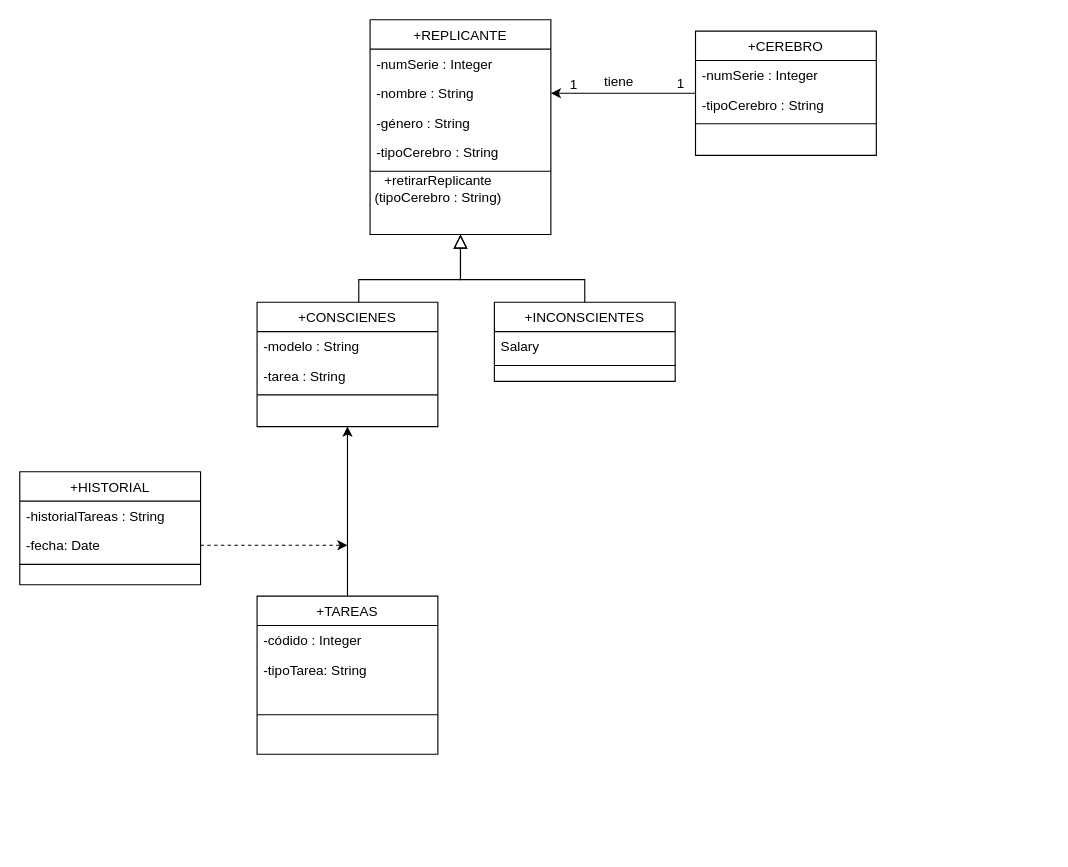
Above: Untitled Diagram.drawio in ytendillo/Y (draw.io), before the change. Source tidied: cells renumbered, new cells numbered last; positions are measured from the earlier drawing's top-left corner, leaving out a move shared by most shapes. Both pictures are drawn from the tidied source at 113%, with x=0, y=0 at pixel (19, 19).
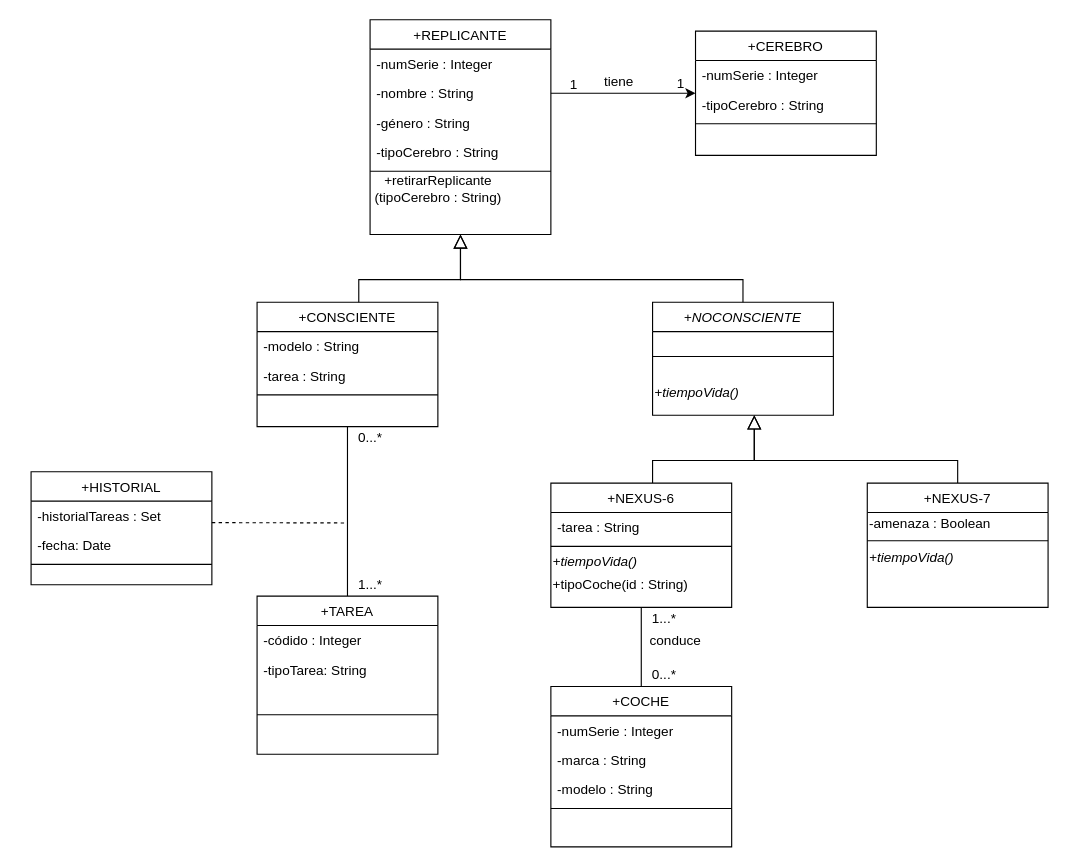
The same diagram, later.

The change refers to these unchanged cells:
```xml
<mxCell id="33" value="-fecha: Date" style="text;align=left;verticalAlign=top;spacingLeft=4;spacingRight=4;overflow=hidden;points=[[0,0.5],[1,0.5]];portConstraint=eastwest;" parent="31" vertex="1">
  <mxGeometry y="52" width="160" height="26" as="geometry" />
</mxCell>
```

The edit, as a diff of the source:
```diff
@@
-    <mxCell id="2" value="+REPLICANTE" style="swimlane;fontStyle=0;align=center;verticalAlign=top;horizontal=1;startSize=26;rounded=0;shadow=0;strokeWidth=1;" parent="1" vertex="1">
+    <mxCell id="2" value="+REPLICANTE" style="swimlane;fontStyle=0;align=center;verticalAlign=top;horizontal=1;startSize=26;shadow=0;strokeWidth=1;" parent="1" vertex="1">
       <mxGeometry x="310" width="160" height="190" as="geometry" />
     </mxCell>
@@
-    <mxCell id="4" value="-nombre : String" style="text;align=left;verticalAlign=top;spacingLeft=4;spacingRight=4;overflow=hidden;points=[[0,0.5],[1,0.5]];portConstraint=eastwest;rounded=0;shadow=0;html=0;" parent="2" vertex="1">
+    <mxCell id="4" value="-nombre : String" style="text;align=left;verticalAlign=top;spacingLeft=4;spacingRight=4;overflow=hidden;points=[[0,0.5],[1,0.5]];portConstraint=eastwest;shadow=0;html=0;" parent="2" vertex="1">
       <mxGeometry y="52" width="160" height="26" as="geometry" />
     </mxCell>
@@
-    <mxCell id="6" value="-tipoCerebro : String" style="text;align=left;verticalAlign=top;spacingLeft=4;spacingRight=4;overflow=hidden;rounded=0;shadow=0;html=0;" parent="2" vertex="1">
+    <mxCell id="6" value="-tipoCerebro : String" style="text;align=left;verticalAlign=top;spacingLeft=4;spacingRight=4;overflow=hidden;shadow=0;html=0;" parent="2" vertex="1">
       <mxGeometry y="104" width="160" height="26" as="geometry" />
     </mxCell>
@@
-    <mxCell id="8" value="+CONSCIENES" style="swimlane;fontStyle=0;align=center;verticalAlign=top;horizontal=1;startSize=26;rounded=0;shadow=0;strokeWidth=1;" parent="1" vertex="1">
+    <mxCell id="8" value="+CONSCIENTE" style="swimlane;fontStyle=0;align=center;verticalAlign=top;horizontal=1;startSize=26;shadow=0;strokeWidth=1;" parent="1" vertex="1">
       <mxGeometry x="210" y="250" width="160" height="110" as="geometry" />
     </mxCell>
@@
-    <mxCell id="10" value="-tarea : String" style="text;align=left;verticalAlign=top;spacingLeft=4;spacingRight=4;overflow=hidden;rounded=0;shadow=0;html=0;" parent="8" vertex="1">
+    <mxCell id="10" value="-tarea : String" style="text;align=left;verticalAlign=top;spacingLeft=4;spacingRight=4;overflow=hidden;shadow=0;html=0;" parent="8" vertex="1">
       <mxGeometry y="52" width="160" height="26" as="geometry" />
     </mxCell>
@@
-    <mxCell id="12" style="endArrow=block;endSize=10;endFill=0;shadow=0;strokeWidth=1;rounded=0;edgeStyle=elbowEdgeStyle;elbow=vertical;" parent="1" edge="1" source="8" target="2">
+    <mxCell id="12" style="endArrow=block;endSize=10;endFill=0;shadow=0;strokeWidth=1;edgeStyle=elbowEdgeStyle;elbow=vertical;rounded=0;" parent="1" edge="1" source="8" target="2">
       <mxGeometry relative="1" as="geometry">
         <Array as="points">
           <mxPoint x="300" y="230" />
         </Array>
       </mxGeometry>
     </mxCell>
-    <mxCell id="13" value="+INCONSCIENTES" style="swimlane;fontStyle=0;align=center;verticalAlign=top;horizontal=1;startSize=26;rounded=0;shadow=0;strokeWidth=1;" parent="1" vertex="1">
-      <mxGeometry x="420" y="250" width="160" height="70" as="geometry" />
+    <mxCell id="13" value="+NOCONSCIENTE" style="swimlane;fontStyle=2;align=center;verticalAlign=top;horizontal=1;startSize=26;shadow=0;strokeWidth=1;" parent="1" vertex="1">
+      <mxGeometry x="560" y="250" width="160" height="100" as="geometry" />
     </mxCell>
-    <mxCell id="14" value="Salary" style="text;align=left;verticalAlign=top;spacingLeft=4;spacingRight=4;overflow=hidden;" parent="13" vertex="1">
-      <mxGeometry y="26" width="160" height="26" as="geometry" />
-    </mxCell>
     <mxCell id="15" style="line;html=1;strokeWidth=1;align=left;verticalAlign=middle;spacingTop=-1;spacingLeft=3;spacingRight=3;labelPosition=right;" parent="13" vertex="1">
-      <mxGeometry y="52" width="160" height="8" as="geometry" />
+      <mxGeometry y="26" width="160" height="44" as="geometry" />
     </mxCell>
+    <mxCell id="36" value="&lt;i&gt;+tiempoVida()&lt;/i&gt;" style="text;html=1;align=left;verticalAlign=middle;" parent="13" vertex="1">
+      <mxGeometry y="70" width="160" height="20" as="geometry" />
+    </mxCell>
-    <mxCell id="16" style="endArrow=block;endSize=10;endFill=0;shadow=0;strokeWidth=1;rounded=0;edgeStyle=elbowEdgeStyle;elbow=vertical;" parent="1" edge="1" source="13" target="2">
+    <mxCell id="16" style="endArrow=block;endSize=10;endFill=0;shadow=0;strokeWidth=1;edgeStyle=elbowEdgeStyle;elbow=vertical;rounded=0;" parent="1" edge="1" source="13" target="2">
       <mxGeometry relative="1" as="geometry">
         <Array as="points">
           <mxPoint x="390" y="230" />
         </Array>
       </mxGeometry>
     </mxCell>
-    <mxCell id="17" style="edgeStyle=orthogonalEdgeStyle;rounded=0;jettySize=auto;html=1;" parent="1" edge="1" source="18" target="4">
-      <mxGeometry relative="1" as="geometry" />
-    </mxCell>
-    <mxCell id="18" value="+CEREBRO" style="swimlane;fontStyle=0;align=center;verticalAlign=top;horizontal=1;startSize=26;rounded=0;shadow=0;strokeWidth=1;" parent="1" vertex="1">
+    <mxCell id="18" value="+CEREBRO" style="swimlane;fontStyle=0;align=center;verticalAlign=top;horizontal=1;startSize=26;shadow=0;strokeWidth=1;" parent="1" vertex="1">
       <mxGeometry x="598" y="10" width="160" height="110" as="geometry" />
     </mxCell>
-    <mxCell id="19" value="-numSerie : Integer" style="text;align=left;verticalAlign=top;spacingLeft=4;spacingRight=4;overflow=hidden;rounded=0;shadow=0;html=0;" parent="18" vertex="1">
+    <mxCell id="19" value="-numSerie : Integer" style="text;align=left;verticalAlign=top;spacingLeft=4;spacingRight=4;overflow=hidden;shadow=0;html=0;" parent="18" vertex="1">
       <mxGeometry y="26" width="160" height="26" as="geometry" />
     </mxCell>
-    <mxCell id="20" value="-tipoCerebro : String" style="text;align=left;verticalAlign=top;spacingLeft=4;spacingRight=4;overflow=hidden;rounded=0;shadow=0;html=0;" parent="18" vertex="1">
+    <mxCell id="20" value="-tipoCerebro : String" style="text;align=left;verticalAlign=top;spacingLeft=4;spacingRight=4;overflow=hidden;shadow=0;html=0;" parent="18" vertex="1">
       <mxGeometry y="52" width="160" height="26" as="geometry" />
     </mxCell>
@@
-    <mxCell id="26" style="edgeStyle=orthogonalEdgeStyle;rounded=0;jettySize=auto;html=1;exitX=0.5;exitY=0;exitDx=0;exitDy=0;entryX=0.5;entryY=1;entryDx=0;entryDy=0;" parent="1" edge="1" source="27" target="8">
+    <mxCell id="26" style="edgeStyle=orthogonalEdgeStyle;jettySize=auto;html=1;exitX=0.5;exitY=0;exitDx=0;exitDy=0;entryX=0.5;entryY=1;entryDx=0;entryDy=0;rounded=1;endArrow=none;endFill=0;" parent="1" edge="1" source="27" target="8">
       <mxGeometry relative="1" as="geometry" />
     </mxCell>
-    <mxCell id="27" value="+TAREAS" style="swimlane;fontStyle=0;align=center;verticalAlign=top;horizontal=1;startSize=26;rounded=0;shadow=0;strokeWidth=1;" parent="1" vertex="1">
+    <mxCell id="27" value="+TAREA" style="swimlane;fontStyle=0;align=center;verticalAlign=top;horizontal=1;startSize=26;shadow=0;strokeWidth=1;" parent="1" vertex="1">
       <mxGeometry x="210" y="510" width="160" height="140" as="geometry" />
     </mxCell>
@@
-    <mxCell id="31" value="+HISTORIAL" style="swimlane;fontStyle=0;align=center;verticalAlign=top;horizontal=1;startSize=26;rounded=0;shadow=0;strokeWidth=1;" parent="1" vertex="1">
-      <mxGeometry y="400" width="160" height="100" as="geometry" />
+    <mxCell id="31" value="+HISTORIAL" style="swimlane;fontStyle=0;align=center;verticalAlign=top;horizontal=1;startSize=26;shadow=0;strokeWidth=1;" parent="1" vertex="1">
+      <mxGeometry x="10" y="400" width="160" height="100" as="geometry" />
     </mxCell>
-    <mxCell id="32" value="-historialTareas : String" style="text;align=left;verticalAlign=top;spacingLeft=4;spacingRight=4;overflow=hidden;" parent="31" vertex="1">
+    <mxCell id="32" value="-historialTareas : Set" style="text;align=left;verticalAlign=top;spacingLeft=4;spacingRight=4;overflow=hidden;" parent="31" vertex="1">
       <mxGeometry y="26" width="160" height="26" as="geometry" />
     </mxCell>
@@
-    <mxCell id="35" style="edgeStyle=orthogonalEdgeStyle;rounded=0;jettySize=auto;html=1;dashed=1;" parent="1" edge="1" source="33">
-      <mxGeometry relative="1" as="geometry">
-        <mxPoint x="290" y="465" as="targetPoint" />
-      </mxGeometry>
-    </mxCell>
+    <mxCell id="37" style="edgeStyle=orthogonalEdgeStyle;rounded=0;orthogonalLoop=1;jettySize=auto;html=1;endArrow=none;endFill=0;dashed=1;" parent="1" edge="1">
+      <mxGeometry relative="1" as="geometry">
+        <mxPoint x="170" y="445" as="sourcePoint" />
+        <mxPoint x="290" y="445.3" as="targetPoint" />
+        <Array as="points">
+          <mxPoint x="170" y="445" />
+        </Array>
+      </mxGeometry>
+    </mxCell>
+    <mxCell id="38" value="+NEXUS-6" style="swimlane;fontStyle=0;align=center;verticalAlign=top;horizontal=1;startSize=26;shadow=0;strokeWidth=1;" parent="1" vertex="1">
+      <mxGeometry x="470" y="410" width="160" height="110" as="geometry" />
+    </mxCell>
+    <mxCell id="39" value="-tarea : String" style="text;align=left;verticalAlign=top;spacingLeft=4;spacingRight=4;overflow=hidden;shadow=0;html=0;" parent="38" vertex="1">
+      <mxGeometry y="26" width="160" height="26" as="geometry" />
+    </mxCell>
+    <mxCell id="40" style="line;html=1;strokeWidth=1;align=left;verticalAlign=middle;spacingTop=-1;spacingLeft=3;spacingRight=3;labelPosition=right;" parent="38" vertex="1">
+      <mxGeometry y="52" width="160" height="8" as="geometry" />
+    </mxCell>
+    <mxCell id="41" value="+tiempoVida()" style="text;html=1;align=left;verticalAlign=middle;fontStyle=2;" parent="38" vertex="1">
+      <mxGeometry y="60" width="160" height="20" as="geometry" />
+    </mxCell>
+    <mxCell id="42" value="+tipoCoche(id : String)" style="text;html=1;align=left;verticalAlign=middle;" parent="38" vertex="1">
+      <mxGeometry y="80" width="160" height="20" as="geometry" />
+    </mxCell>
+    <mxCell id="43" style="endArrow=block;endSize=10;endFill=0;shadow=0;strokeWidth=1;edgeStyle=elbowEdgeStyle;elbow=vertical;rounded=0;" parent="1" edge="1" source="38">
+      <mxGeometry relative="1" as="geometry">
+        <mxPoint x="650" y="350" as="targetPoint" />
+        <Array as="points">
+          <mxPoint x="560" y="390" />
+        </Array>
+      </mxGeometry>
+    </mxCell>
+    <mxCell id="44" value="+NEXUS-7" style="swimlane;fontStyle=0;align=center;verticalAlign=top;horizontal=1;startSize=26;shadow=0;strokeWidth=1;" parent="1" vertex="1">
+      <mxGeometry x="750" y="410" width="160" height="110" as="geometry" />
+    </mxCell>
+    <mxCell id="45" value="&lt;div align=&quot;left&quot;&gt;-amenaza : Boolean&lt;/div&gt;" style="text;html=1;align=left;verticalAlign=middle;" parent="44" vertex="1">
+      <mxGeometry y="26" width="160" height="20" as="geometry" />
+    </mxCell>
+    <mxCell id="46" style="line;html=1;strokeWidth=1;align=left;verticalAlign=middle;spacingTop=-1;spacingLeft=3;spacingRight=3;labelPosition=right;" parent="44" vertex="1">
+      <mxGeometry y="46" width="160" height="10" as="geometry" />
+    </mxCell>
+    <mxCell id="47" value="&lt;i&gt;+tiempoVida()&lt;/i&gt;" style="text;html=1;align=left;verticalAlign=middle;" parent="44" vertex="1">
+      <mxGeometry y="56" width="160" height="20" as="geometry" />
+    </mxCell>
+    <mxCell id="48" style="endArrow=block;endSize=10;endFill=0;shadow=0;strokeWidth=1;edgeStyle=elbowEdgeStyle;elbow=vertical;rounded=0;" parent="1" edge="1" source="44">
+      <mxGeometry relative="1" as="geometry">
+        <mxPoint x="650" y="350" as="targetPoint" />
+        <Array as="points">
+          <mxPoint x="650" y="390" />
+        </Array>
+      </mxGeometry>
+    </mxCell>
+    <mxCell id="49" style="edgeStyle=orthogonalEdgeStyle;rounded=0;sketch=0;jettySize=auto;html=1;exitX=0.5;exitY=0;exitDx=0;exitDy=0;entryX=0.5;entryY=1;entryDx=0;entryDy=0;endArrow=none;endFill=0;" parent="1" edge="1" source="50" target="38">
+      <mxGeometry relative="1" as="geometry" />
+    </mxCell>
+    <mxCell id="50" value="+COCHE" style="swimlane;fontStyle=0;align=center;verticalAlign=top;horizontal=1;startSize=26;shadow=0;strokeWidth=1;" parent="1" vertex="1">
+      <mxGeometry x="470" y="590" width="160" height="142" as="geometry" />
+    </mxCell>
+    <mxCell id="51" value="-numSerie : Integer" style="text;align=left;verticalAlign=top;spacingLeft=4;spacingRight=4;overflow=hidden;shadow=0;html=0;" parent="50" vertex="1">
+      <mxGeometry y="26" width="160" height="26" as="geometry" />
+    </mxCell>
+    <mxCell id="52" value="-marca : String" style="text;align=left;verticalAlign=top;spacingLeft=4;spacingRight=4;overflow=hidden;shadow=0;html=0;" parent="50" vertex="1">
+      <mxGeometry y="52" width="160" height="26" as="geometry" />
+    </mxCell>
+    <mxCell id="53" value="-modelo : String" style="text;align=left;verticalAlign=top;spacingLeft=4;spacingRight=4;overflow=hidden;shadow=0;html=0;" parent="50" vertex="1">
+      <mxGeometry y="78" width="160" height="26" as="geometry" />
+    </mxCell>
+    <mxCell id="54" style="line;html=1;strokeWidth=1;align=left;verticalAlign=middle;spacingTop=-1;spacingLeft=3;spacingRight=3;labelPosition=right;" parent="50" vertex="1">
+      <mxGeometry y="104" width="160" height="8" as="geometry" />
+    </mxCell>
+    <mxCell id="17" style="edgeStyle=orthogonalEdgeStyle;jettySize=auto;html=1;" parent="1" edge="1" source="4" target="18">
+      <mxGeometry relative="1" as="geometry" />
+    </mxCell>
+    <mxCell id="55" value="1...*" style="text;html=1;align=center;verticalAlign=middle;" parent="1" vertex="1">
+      <mxGeometry x="550" y="520" width="40" height="20" as="geometry" />
+    </mxCell>
+    <mxCell id="56" value="0...*" style="text;html=1;align=center;verticalAlign=middle;" parent="1" vertex="1">
+      <mxGeometry x="550" y="570" width="40" height="20" as="geometry" />
+    </mxCell>
+    <mxCell id="57" value="conduce" style="text;html=1;align=center;verticalAlign=middle;" parent="1" vertex="1">
+      <mxGeometry x="550" y="540" width="60" height="20" as="geometry" />
+    </mxCell>
+    <mxCell id="58" value="0...*" style="text;html=1;align=center;verticalAlign=middle;" parent="1" vertex="1">
+      <mxGeometry x="290" y="360" width="40" height="20" as="geometry" />
+    </mxCell>
+    <mxCell id="59" value="1...*" style="text;html=1;align=center;verticalAlign=middle;" parent="1" vertex="1">
+      <mxGeometry x="290" y="490" width="40" height="20" as="geometry" />
+    </mxCell>
```
